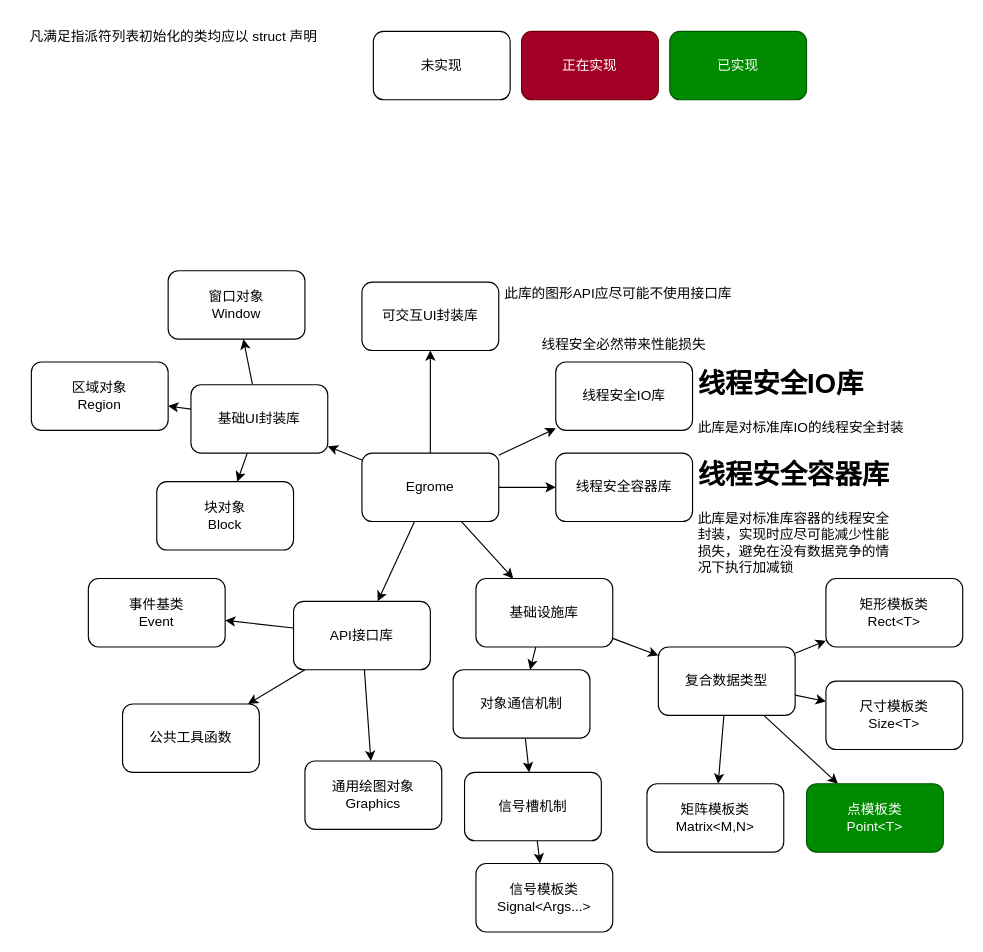
Anglebase/GraceFt keeps this draw.io diagram as des.dio. Above is the earlier version. Source tidied: cells renumbered, new cells numbered last; positions are measured from the earlier drawing's top-left corner, leaving out a move shared by most shapes. Both pictures are drawn from the tidied source at 114%, with x=0, y=0 at pixel (19, 19).
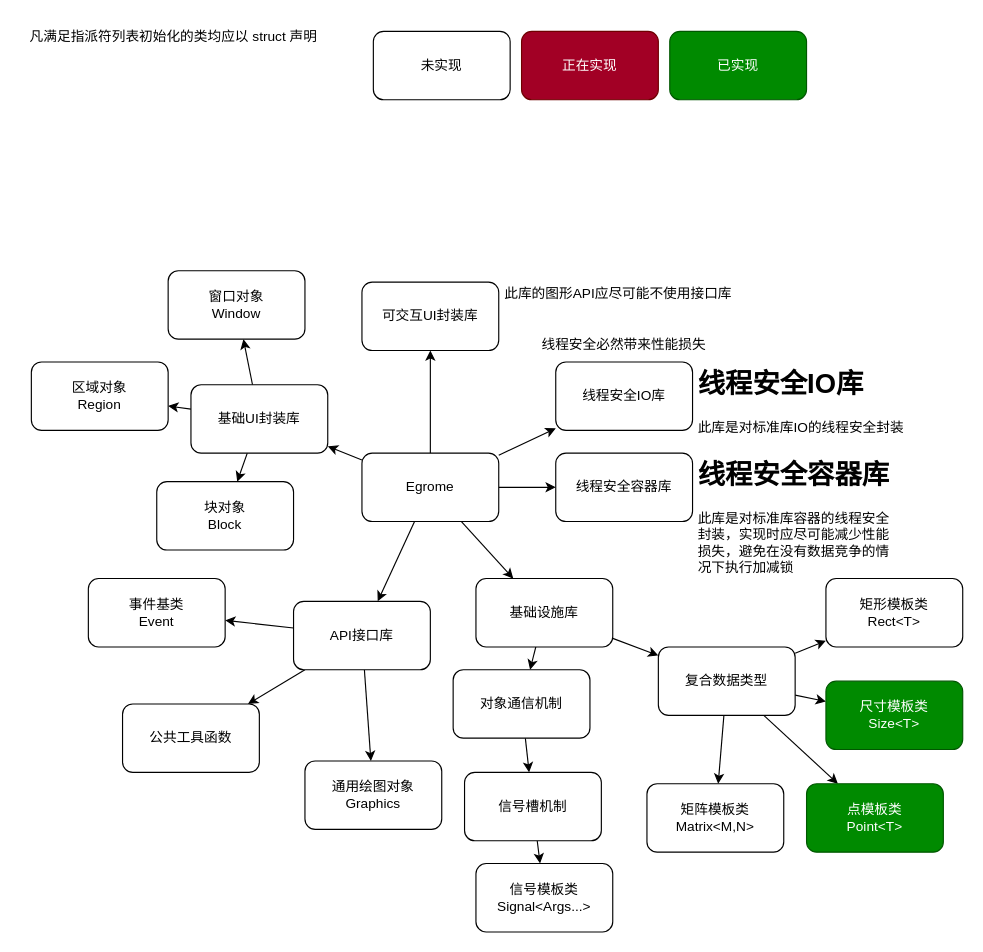
The same diagram, later.

The edit, as a diff of the source:
```diff
@@
-    <mxCell id="21" value="尺寸模板类&lt;br&gt;Size&amp;lt;T&amp;gt;" style="rounded=1;whiteSpace=wrap;html=1;" parent="1" vertex="1">
+    <mxCell id="21" value="尺寸模板类&lt;br&gt;Size&amp;lt;T&amp;gt;" style="rounded=1;whiteSpace=wrap;html=1;fillColor=#008a00;fontColor=#ffffff;strokeColor=#005700;" parent="1" vertex="1">
       <mxGeometry x="707" y="580" width="120" height="60" as="geometry" />
     </mxCell>
```
